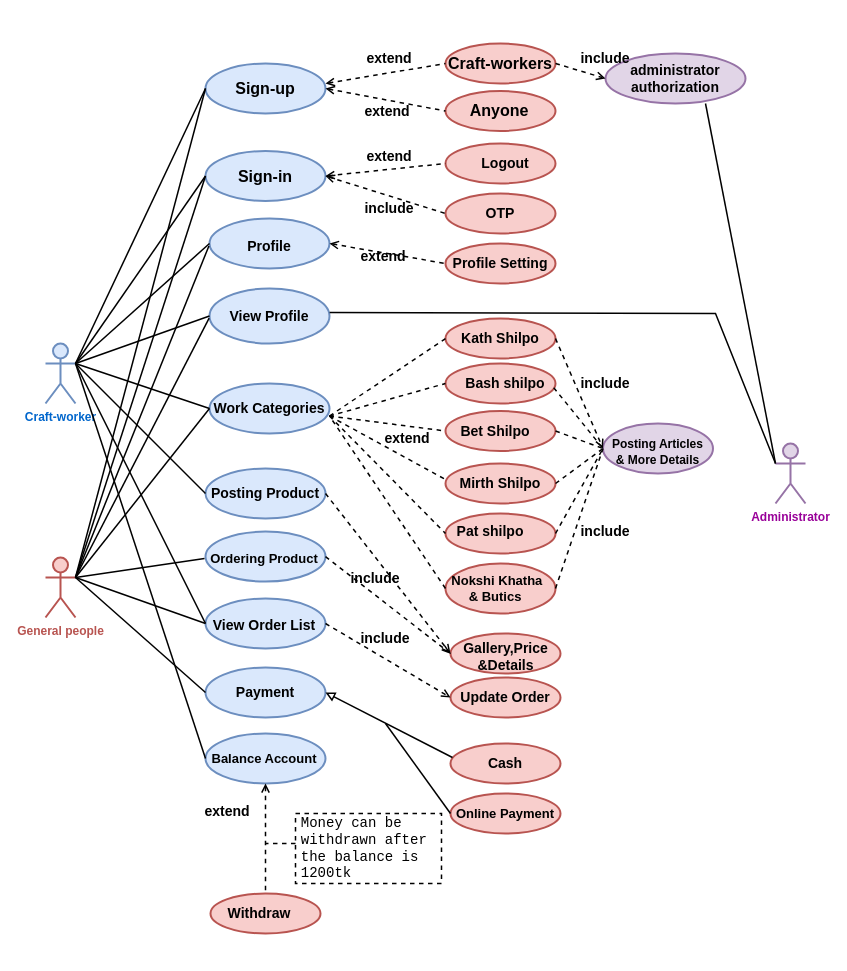
Earlier version of the draw.io diagram se231use.drawio (Fatema-A-Ferdaus/se231). Source tidied: cells renumbered, new cells numbered last; positions are measured from the earlier drawing's top-left corner, leaving out a move shared by most shapes. Both pictures are drawn from the tidied source at 100%, with x=0, y=0 at pixel (45, 43).
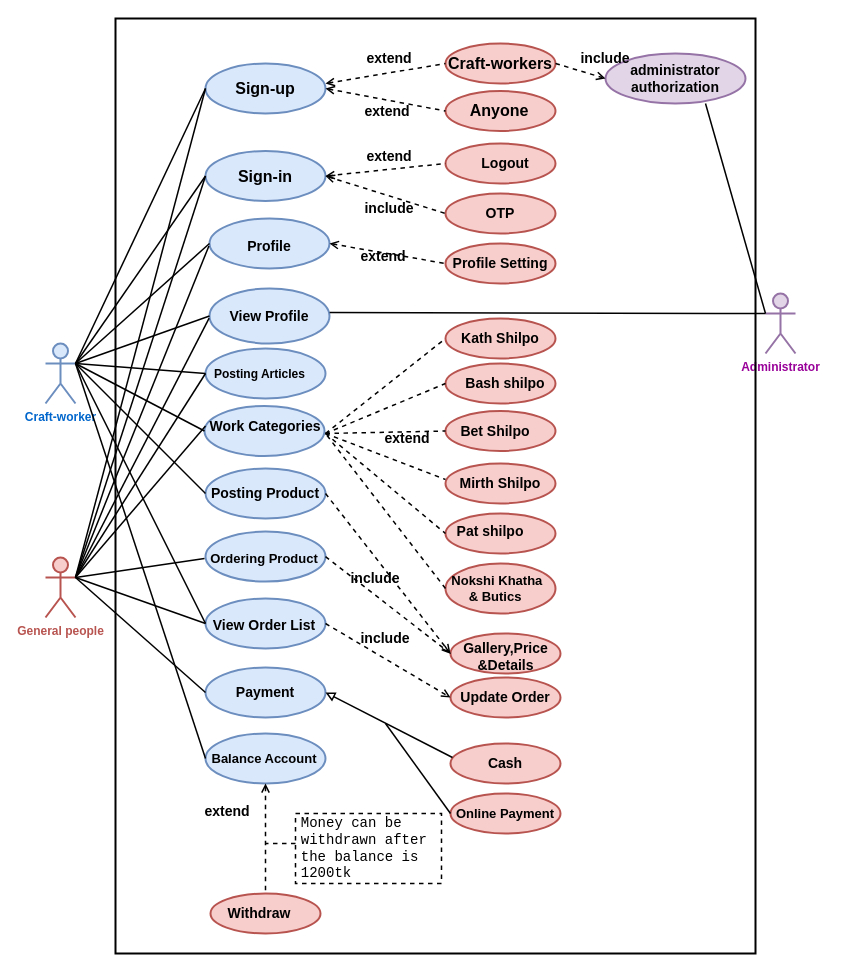
After the change.

The change refers to these unchanged cells:
```xml
<mxCell id="2" value="&lt;font color=&quot;#0066CC&quot;&gt;&lt;b&gt;Craft-worker&lt;/b&gt;&lt;/font&gt;" style="shape=umlActor;verticalLabelPosition=bottom;verticalAlign=top;html=1;outlineConnect=0;fillColor=#dae8fc;strokeColor=#6c8ebf;strokeWidth=2;" parent="1" vertex="1">
  <mxGeometry y="300" width="30" height="60" as="geometry" />
</mxCell>
<mxCell id="3" value="&lt;font color=&quot;#B85450&quot;&gt;&lt;b&gt;General people&lt;/b&gt;&lt;/font&gt;" style="shape=umlActor;verticalLabelPosition=bottom;verticalAlign=top;html=1;outlineConnect=0;fillColor=#f8cecc;strokeColor=#B85450;strokeWidth=2;" parent="1" vertex="1">
  <mxGeometry y="514" width="30" height="60" as="geometry" />
</mxCell>
<mxCell id="38" style="ellipse;whiteSpace=wrap;html=1;strokeColor=#b85450;strokeWidth=2;fillColor=#f8cecc;" parent="1" vertex="1">
  <mxGeometry x="400" y="320" width="110" height="40" as="geometry" />
</mxCell>
<mxCell id="39" style="ellipse;whiteSpace=wrap;html=1;strokeColor=#b85450;strokeWidth=2;fillColor=#f8cecc;" parent="1" vertex="1">
  <mxGeometry x="400" y="275" width="110" height="40" as="geometry" />
</mxCell>
<mxCell id="40" style="ellipse;whiteSpace=wrap;html=1;strokeColor=#b85450;strokeWidth=2;fillColor=#f8cecc;" parent="1" vertex="1">
  <mxGeometry x="400" y="367.5" width="110" height="40" as="geometry" />
</mxCell>
<mxCell id="41" style="ellipse;whiteSpace=wrap;html=1;strokeColor=#b85450;strokeWidth=2;fillColor=#f8cecc;" parent="1" vertex="1">
  <mxGeometry x="400" y="420" width="110" height="40" as="geometry" />
</mxCell>
<mxCell id="42" style="ellipse;whiteSpace=wrap;html=1;strokeColor=#b85450;strokeWidth=2;fillColor=#f8cecc;" parent="1" vertex="1">
  <mxGeometry x="400" y="470" width="110" height="40" as="geometry" />
</mxCell>
<mxCell id="48" style="ellipse;whiteSpace=wrap;html=1;strokeColor=#b85450;strokeWidth=2;fillColor=#f8cecc;" parent="1" vertex="1">
  <mxGeometry x="400" y="520" width="110" height="50" as="geometry" />
</mxCell>
```

Change to the diagram source:
```diff
@@
     <mxCell id="4" value="&lt;font color=&quot;#990099&quot;&gt;&lt;b&gt;Administrator&lt;/b&gt;&lt;/font&gt;" style="shape=umlActor;verticalLabelPosition=bottom;verticalAlign=top;html=1;outlineConnect=0;fillColor=#e1d5e7;strokeColor=#9673a6;strokeWidth=2;" parent="1" vertex="1">
-      <mxGeometry x="730" y="400" width="30" height="60" as="geometry" />
+      <mxGeometry x="720" y="250" width="30" height="60" as="geometry" />
     </mxCell>
@@
     <mxCell id="9" style="ellipse;whiteSpace=wrap;html=1;fillColor=#dae8fc;strokeColor=#6c8ebf;strokeWidth=2;" parent="1" vertex="1">
-      <mxGeometry x="164" y="340" width="120" height="50" as="geometry" />
+      <mxGeometry x="159" y="362.5" width="120" height="50" as="geometry" />
     </mxCell>
@@
     <mxCell id="37" value="&lt;b&gt;Work &lt;span style=&quot;font-family: &amp;#34;arial&amp;#34; ; color: rgb(0 , 0 , 0) ; background-color: transparent ; font-style: normal ; font-variant: normal ; text-decoration: none ; vertical-align: baseline&quot; id=&quot;docs-internal-guid-b7d664e6-7fff-4944-9143-4917c589e76c&quot;&gt;Categories&lt;/span&gt;&lt;/b&gt;" style="text;html=1;strokeColor=none;fillColor=none;align=center;verticalAlign=middle;whiteSpace=wrap;rounded=0;fontSize=14;fontColor=#000000;" parent="1" vertex="1">
-      <mxGeometry x="164" y="350" width="120" height="30" as="geometry" />
+      <mxGeometry x="160" y="367.5" width="120" height="30" as="geometry" />
     </mxCell>
@@
-    <mxCell id="56" style="ellipse;whiteSpace=wrap;html=1;strokeColor=#9673a6;strokeWidth=2;fillColor=#e1d5e7;" parent="1" vertex="1">
-      <mxGeometry x="557.5" y="380" width="110" height="50" as="geometry" />
+    <mxCell id="56" style="ellipse;whiteSpace=wrap;html=1;strokeColor=#6c8ebf;strokeWidth=2;fillColor=#dae8fc;" parent="1" vertex="1">
+      <mxGeometry x="160" y="305" width="120" height="50" as="geometry" />
     </mxCell>
-    <mxCell id="57" style="endArrow=open;dashed=1;html=1;rounded=0;fontSize=13;entryX=0;entryY=0.5;entryDx=0;entryDy=0;exitX=1;exitY=0.5;exitDx=0;exitDy=0;strokeWidth=1.5;endFill=0;" parent="1" edge="1" source="39" target="56">
-      <mxGeometry relative="1" as="geometry" />
-    </mxCell>
-    <mxCell id="58" style="endArrow=none;dashed=1;html=1;rounded=0;fontSize=13;entryX=0;entryY=0.5;entryDx=0;entryDy=0;exitX=0.984;exitY=0.604;exitDx=0;exitDy=0;exitPerimeter=0;strokeWidth=1.5;" parent="1" edge="1" source="38" target="56">
-      <mxGeometry relative="1" as="geometry" />
-    </mxCell>
-    <mxCell id="59" style="endArrow=none;dashed=1;html=1;rounded=0;fontSize=13;exitX=1;exitY=0.5;exitDx=0;exitDy=0;entryX=0;entryY=0.5;entryDx=0;entryDy=0;strokeWidth=1.5;" parent="1" edge="1" source="40" target="56">
-      <mxGeometry relative="1" as="geometry" />
-    </mxCell>
-    <mxCell id="60" style="endArrow=none;dashed=1;html=1;rounded=0;fontSize=13;exitX=1;exitY=0.5;exitDx=0;exitDy=0;entryX=0;entryY=0.5;entryDx=0;entryDy=0;strokeWidth=1.5;" parent="1" edge="1" source="41" target="56">
-      <mxGeometry relative="1" as="geometry" />
-    </mxCell>
-    <mxCell id="61" style="endArrow=none;dashed=1;html=1;rounded=0;fontSize=13;exitX=1;exitY=0.5;exitDx=0;exitDy=0;entryX=0;entryY=0.5;entryDx=0;entryDy=0;strokeWidth=1.5;" parent="1" edge="1" source="42" target="56">
-      <mxGeometry relative="1" as="geometry" />
-    </mxCell>
-    <mxCell id="62" style="endArrow=none;dashed=1;html=1;rounded=0;fontSize=13;exitX=1;exitY=0.5;exitDx=0;exitDy=0;entryX=0;entryY=0.5;entryDx=0;entryDy=0;strokeWidth=1.5;" parent="1" edge="1" source="48" target="56">
-      <mxGeometry relative="1" as="geometry" />
-    </mxCell>
-    <mxCell id="63" value="&lt;div&gt;&lt;font style=&quot;font-size: 12px&quot;&gt;&lt;b&gt;Posting Articles &lt;br&gt;&lt;/b&gt;&lt;/font&gt;&lt;/div&gt;&lt;div&gt;&lt;font style=&quot;font-size: 12px&quot;&gt;&lt;b&gt;&amp;amp; More Details&lt;/b&gt;&lt;/font&gt;&lt;/div&gt;" style="text;html=1;strokeColor=none;fillColor=none;align=center;verticalAlign=middle;whiteSpace=wrap;rounded=0;fontSize=13;" parent="1" vertex="1">
-      <mxGeometry x="565" y="395" width="95" height="26.2" as="geometry" />
+    <mxCell id="63" value="&lt;div&gt;&lt;font style=&quot;font-size: 12px&quot;&gt;&lt;b&gt;Posting Articles &lt;br&gt;&lt;/b&gt;&lt;/font&gt;&lt;/div&gt;" style="text;html=1;strokeColor=none;fillColor=none;align=center;verticalAlign=middle;whiteSpace=wrap;rounded=0;fontSize=13;" parent="1" vertex="1">
+      <mxGeometry x="166.5" y="316.9" width="95" height="26.2" as="geometry" />
     </mxCell>
-    <mxCell id="64" value="&lt;b&gt;include&lt;/b&gt;" style="text;html=1;strokeColor=none;fillColor=none;align=center;verticalAlign=middle;whiteSpace=wrap;rounded=0;fontSize=14;fontColor=#000000;" parent="1" vertex="1">
-      <mxGeometry x="530" y="325" width="60" height="30" as="geometry" />
-    </mxCell>
-    <mxCell id="65" value="&lt;b&gt;include&lt;/b&gt;" style="text;html=1;strokeColor=none;fillColor=none;align=center;verticalAlign=middle;whiteSpace=wrap;rounded=0;fontSize=14;fontColor=#000000;" parent="1" vertex="1">
-      <mxGeometry x="530" y="472.5" width="60" height="30" as="geometry" />
-    </mxCell>
@@
+    <mxCell id="117" style="endArrow=none;html=1;rounded=0;exitX=0;exitY=0.5;exitDx=0;exitDy=0;entryX=1;entryY=0.3333333333333333;entryDx=0;entryDy=0;entryPerimeter=0;strokeWidth=1.5;" parent="1" edge="1" source="56" target="2">
+      <mxGeometry relative="1" as="geometry" />
+    </mxCell>
+    <mxCell id="118" style="endArrow=none;html=1;rounded=0;entryX=0;entryY=0.5;entryDx=0;entryDy=0;exitX=1;exitY=0.3333333333333333;exitDx=0;exitDy=0;exitPerimeter=0;strokeWidth=1.5;" parent="1" edge="1" source="3" target="56">
+      <mxGeometry relative="1" as="geometry" />
+    </mxCell>
+    <mxCell id="119" style="rounded=0;whiteSpace=wrap;html=1;fillColor=none;strokeWidth=2;" parent="1" vertex="1">
+      <mxGeometry x="70" y="-25" width="640" height="935" as="geometry" />
+    </mxCell>
```
